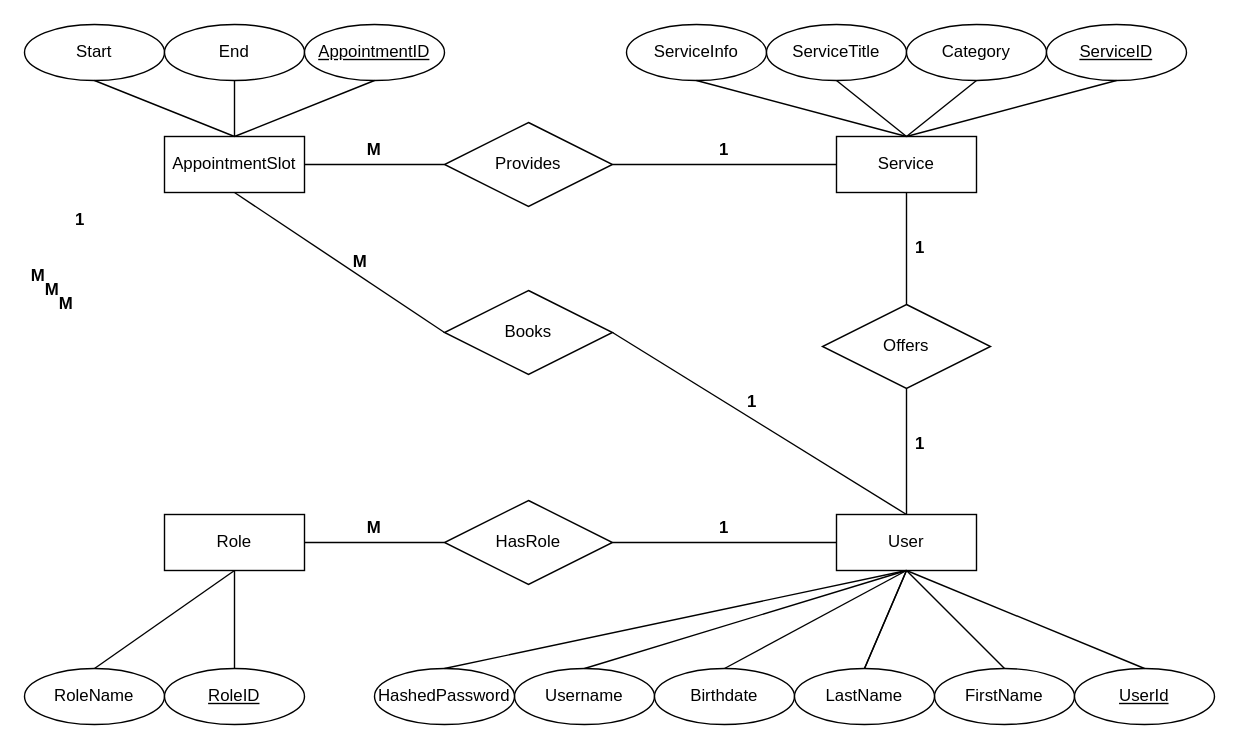
This is projectManagement/diagrams/ERsingleUserSchema.drawio from jff97/cs341GroupProject, a draw.io file, before an edit. Source tidied: cells renumbered, new cells numbered last; positions are measured from the earlier drawing's top-left corner, leaving out a move shared by most shapes. Both pictures are drawn from the tidied source at 140%, with x=0, y=0 at pixel (24, 24).
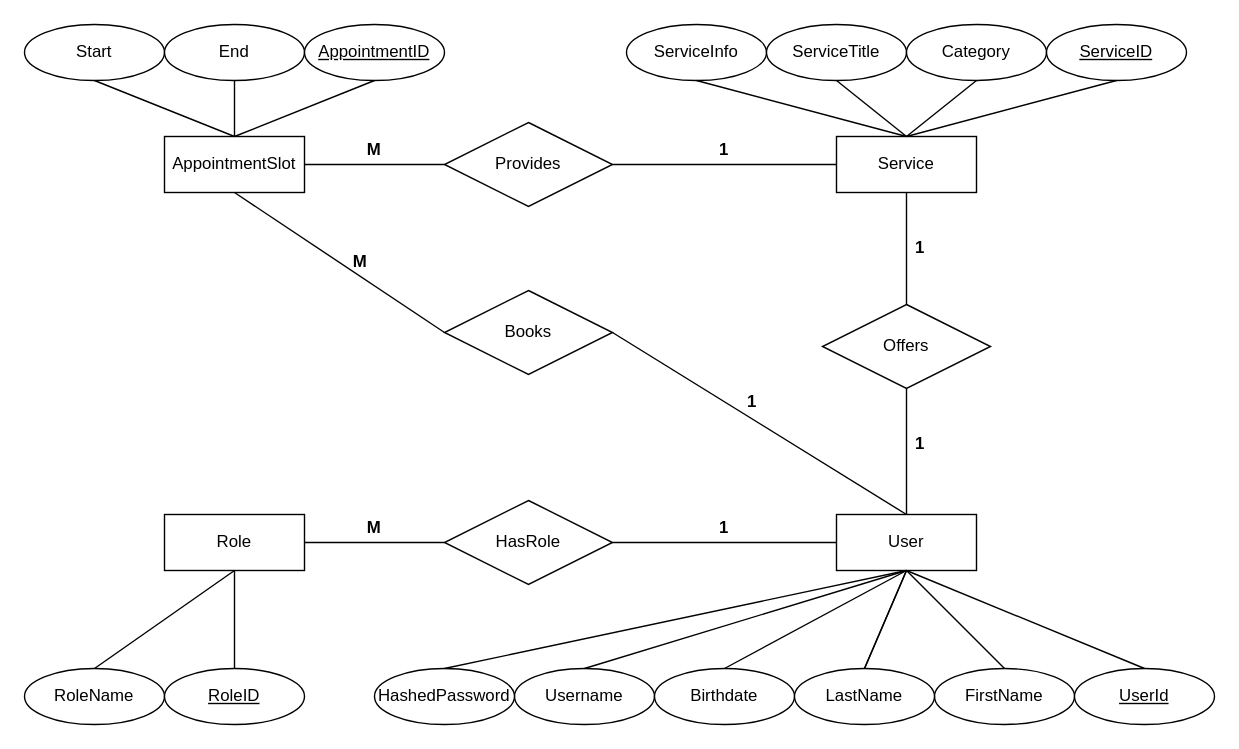
Above is the later version.

Commit message (it also covers changes not shown here):
complete ER diagram

The edit, as a diff of the source:
```diff
@@
-    <mxCell id="53" value="&lt;b&gt;M&lt;/b&gt;" style="text;html=1;strokeColor=none;fillColor=none;align=center;verticalAlign=middle;whiteSpace=wrap;rounded=0;" parent="1" vertex="1">
-      <mxGeometry y="170" width="20" height="20" as="geometry" />
-    </mxCell>
-    <mxCell id="54" value="&lt;b&gt;M&lt;/b&gt;" style="text;html=1;strokeColor=none;fillColor=none;align=center;verticalAlign=middle;whiteSpace=wrap;rounded=0;" parent="1" vertex="1">
-      <mxGeometry x="10" y="180" width="20" height="20" as="geometry" />
-    </mxCell>
-    <mxCell id="55" value="&lt;b&gt;M&lt;/b&gt;" style="text;html=1;strokeColor=none;fillColor=none;align=center;verticalAlign=middle;whiteSpace=wrap;rounded=0;" parent="1" vertex="1">
-      <mxGeometry x="20" y="190" width="20" height="20" as="geometry" />
-    </mxCell>
@@
-    <mxCell id="58" value="&lt;b&gt;1&lt;/b&gt;" style="text;html=1;strokeColor=none;fillColor=none;align=center;verticalAlign=middle;whiteSpace=wrap;rounded=0;" parent="1" vertex="1">
-      <mxGeometry x="30" y="130" width="20" height="20" as="geometry" />
-    </mxCell>
```
